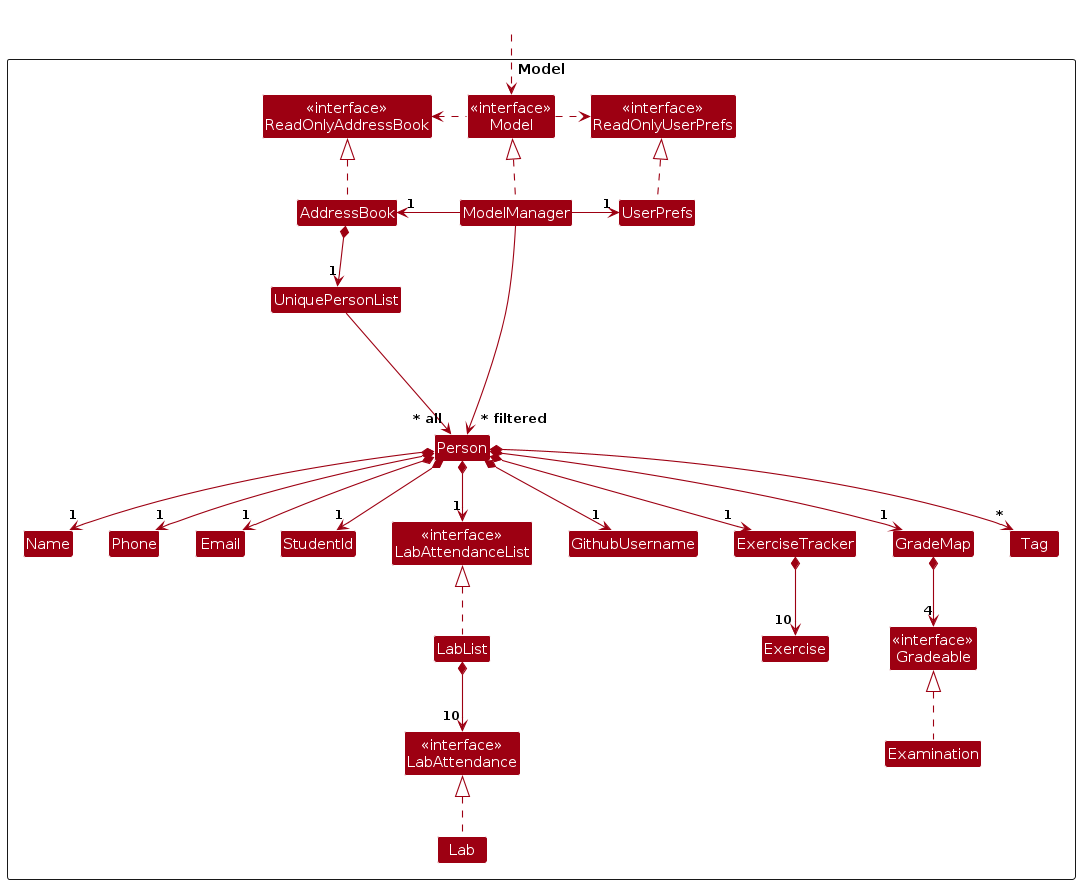
Earlier version of the PlantUML export diagrams/ModelClassDiagram.png (PhoebeY05/tp). Its source is kept beside it as diagrams/ModelClassDiagram.puml.
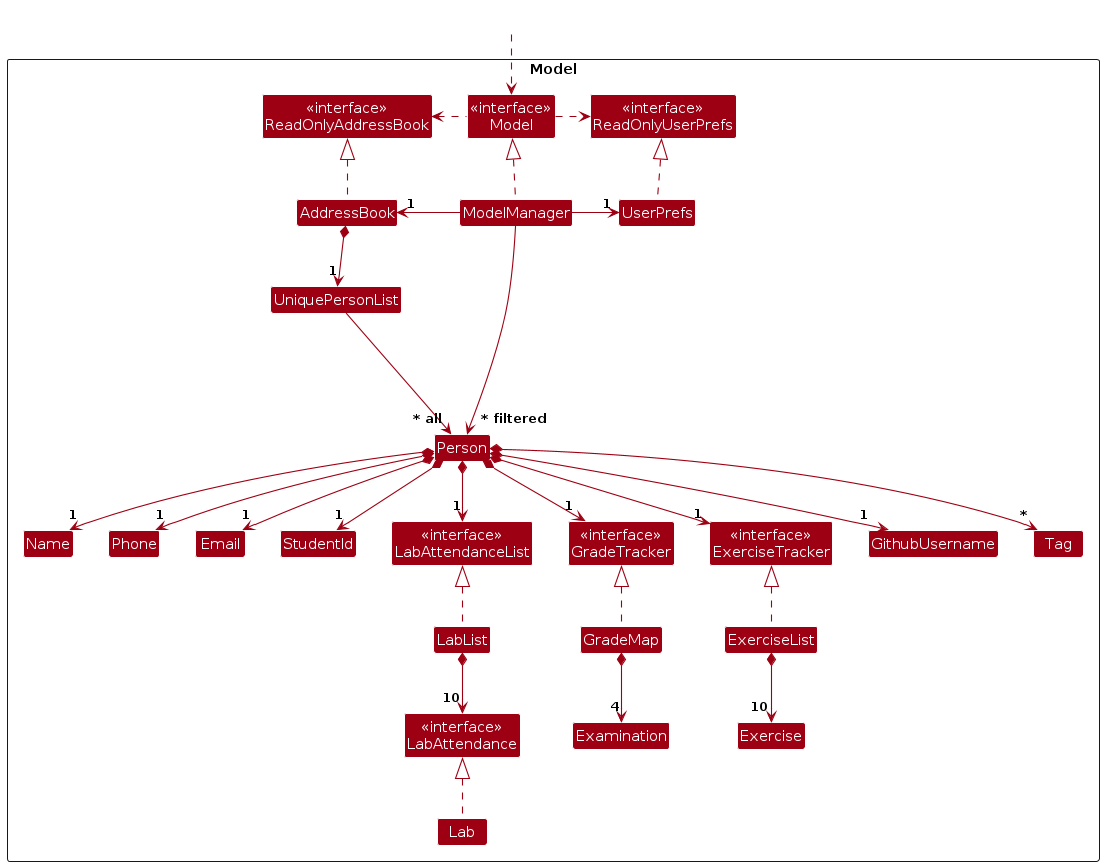
After the change.

What changed in the source:
```diff
@@ -16,7 +16,9 @@
   Class Person
   Class StudentId
   Class GithubUsername
-  Class ExerciseTracker
+  Class ExerciseList
+  Class "<<interface>>\nExerciseTracker" as ExerciseTracker
+   Class "<<interface>>\nGradeTracker" as GradeTracker
   Class "<<interface>>\nLabAttendanceList" as LabAttendanceList
   Class LabList
   Class GradeMap
@@ -27,7 +29,6 @@
   Class Exercise
   Class "<<interface>>\nLabAttendance" as LabAttendance
   Class Lab
-  Class "<<interface>>\nGradeable" as Gradeable
   Class Examination
 
   Class I #FFFFFF
@@ -49,8 +50,9 @@
 UniquePersonList --> "~* all" Person
 
 LabList .up.|> LabAttendanceList
+ExerciseList .up.|> ExerciseTracker
+GradeMap .up.|> GradeTracker
 Lab .up.|> LabAttendance
-Examination .up.|> Gradeable
 
 Person *--> "1" StudentId
 Person *--> "1" Name
@@ -59,14 +61,14 @@
 Person *--> "1" GithubUsername
 Person *--> "1" ExerciseTracker
 Person *--> "1" LabAttendanceList
-Person *--> "1" GradeMap
+Person *--> "1" GradeTracker
 Person *--> "*" Tag
 
 
 
-ExerciseTracker *--> "10" Exercise
+ExerciseList *--> "10" Exercise
 LabList *--> "10" LabAttendance
-GradeMap *--> "4" Gradeable
+GradeMap *--> "4" Examination
 
 Person -[hidden]up--> I
 UniquePersonList -[hidden]right-> I
```
